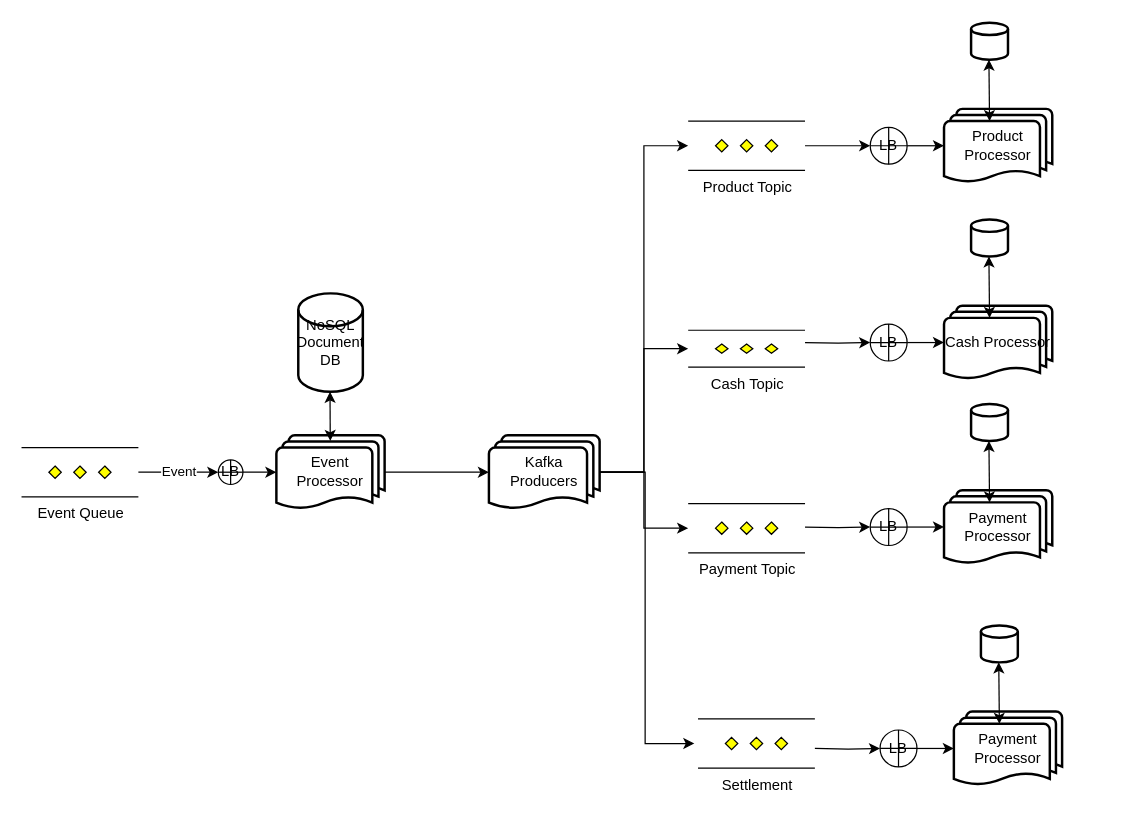
This is page "Page-1" (1 of 2) of Untitled Diagram.drawio from tripathiparitosh/mytestproj, a draw.io file, before an edit. Source tidied: cells renumbered, new cells numbered last; positions are measured from the earlier drawing's top-left corner, leaving out a move shared by most shapes. Both pictures are drawn from the tidied source at 123%, with x=0, y=0 at pixel (21, 22).
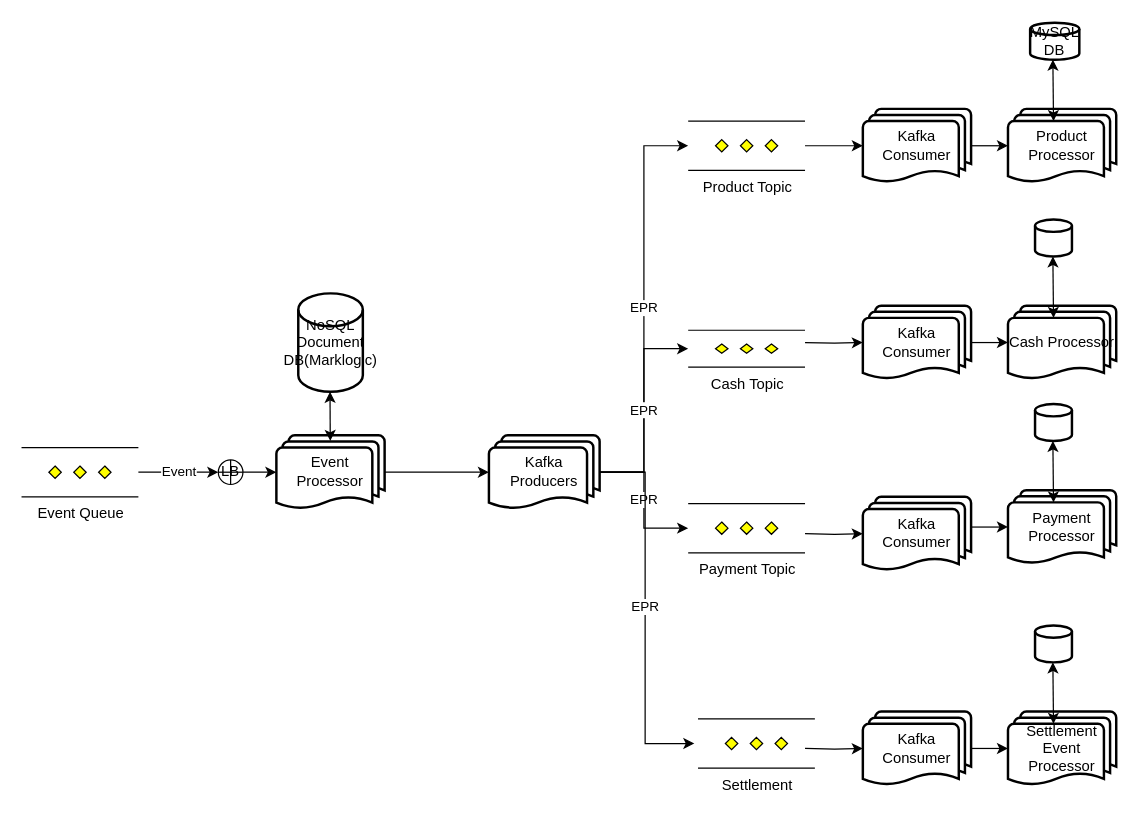
The same page after the edit.

The change refers to these unchanged cells:
```xml
<mxCell id="6" value="Product Topic" style="verticalLabelPosition=bottom;verticalAlign=top;html=1;shape=mxgraph.flowchart.parallel_mode;" parent="1" vertex="1">
  <mxGeometry x="542" y="80" width="95" height="40" as="geometry" />
</mxCell>
<mxCell id="7" value="Cash Topic" style="verticalLabelPosition=bottom;verticalAlign=top;html=1;shape=mxgraph.flowchart.parallel_mode;" parent="1" vertex="1">
  <mxGeometry x="542" y="250" width="95" height="30" as="geometry" />
</mxCell>
<mxCell id="8" value="Payment Topic" style="verticalLabelPosition=bottom;verticalAlign=top;html=1;shape=mxgraph.flowchart.parallel_mode;" parent="1" vertex="1">
  <mxGeometry x="542" y="390.9" width="95" height="40" as="geometry" />
</mxCell>
<mxCell id="14" value="Kafka Producers" style="strokeWidth=2;html=1;shape=mxgraph.flowchart.multi-document;whiteSpace=wrap;" parent="1" vertex="1">
  <mxGeometry x="380" y="335.4" width="90" height="60" as="geometry" />
</mxCell>
```

The edit, as a diff of the source:
```diff
@@
-    <mxCell id="4" value="NoSQL Document DB" style="strokeWidth=2;html=1;shape=mxgraph.flowchart.database;whiteSpace=wrap;" parent="1" vertex="1">
+    <mxCell id="4" value="NoSQL Document DB(Marklogic)" style="strokeWidth=2;html=1;shape=mxgraph.flowchart.database;whiteSpace=wrap;" parent="1" vertex="1">
       <mxGeometry x="225" y="220" width="52.5" height="80" as="geometry" />
     </mxCell>
-    <mxCell id="5" style="edgeStyle=orthogonalEdgeStyle;rounded=0;jettySize=auto;html=1;exitX=1;exitY=0.5;exitDx=0;exitDy=0;exitPerimeter=0;" parent="1" edge="1" source="6" target="24">
+    <mxCell id="5" style="edgeStyle=orthogonalEdgeStyle;rounded=0;jettySize=auto;html=1;exitX=1;exitY=0.5;exitDx=0;exitDy=0;exitPerimeter=0;" parent="1" edge="1" source="6" target="43">
       <mxGeometry relative="1" as="geometry" />
     </mxCell>
@@
-    <mxCell id="10" style="edgeStyle=orthogonalEdgeStyle;rounded=0;jettySize=auto;html=1;entryX=0;entryY=0.5;entryDx=0;entryDy=0;entryPerimeter=0;" parent="1" edge="1" source="14" target="6">
+    <mxCell id="10" value="EPR" style="edgeStyle=orthogonalEdgeStyle;rounded=0;jettySize=auto;html=1;entryX=0;entryY=0.5;entryDx=0;entryDy=0;entryPerimeter=0;" parent="1" edge="1" source="14" target="6">
       <mxGeometry relative="1" as="geometry" />
     </mxCell>
-    <mxCell id="11" style="edgeStyle=orthogonalEdgeStyle;rounded=0;jettySize=auto;html=1;entryX=0;entryY=0.5;entryDx=0;entryDy=0;entryPerimeter=0;" parent="1" edge="1" source="14" target="7">
+    <mxCell id="11" value="EPR" style="edgeStyle=orthogonalEdgeStyle;rounded=0;jettySize=auto;html=1;entryX=0;entryY=0.5;entryDx=0;entryDy=0;entryPerimeter=0;" parent="1" edge="1" source="14" target="7">
       <mxGeometry relative="1" as="geometry" />
     </mxCell>
-    <mxCell id="12" style="edgeStyle=orthogonalEdgeStyle;rounded=0;jettySize=auto;html=1;exitX=1;exitY=0.5;exitDx=0;exitDy=0;exitPerimeter=0;entryX=0;entryY=0.5;entryDx=0;entryDy=0;entryPerimeter=0;" parent="1" edge="1" source="14" target="8">
+    <mxCell id="12" value="EPR" style="edgeStyle=orthogonalEdgeStyle;rounded=0;jettySize=auto;html=1;exitX=1;exitY=0.5;exitDx=0;exitDy=0;exitPerimeter=0;entryX=0;entryY=0.5;entryDx=0;entryDy=0;entryPerimeter=0;" parent="1" edge="1" source="14" target="8">
       <mxGeometry relative="1" as="geometry" />
     </mxCell>
-    <mxCell id="13" style="edgeStyle=orthogonalEdgeStyle;rounded=0;orthogonalLoop=1;jettySize=auto;html=1;entryX=0;entryY=0.5;entryDx=0;entryDy=0;entryPerimeter=0;" parent="1" edge="1">
+    <mxCell id="13" value="EPR" style="edgeStyle=orthogonalEdgeStyle;rounded=0;orthogonalLoop=1;jettySize=auto;html=1;entryX=0;entryY=0.5;entryDx=0;entryDy=0;entryPerimeter=0;" parent="1" edge="1">
       <mxGeometry relative="1" as="geometry">
         <mxPoint x="467" y="365.4" as="sourcePoint" />
         <mxPoint x="547" y="586" as="targetPoint" />
         <Array as="points">
           <mxPoint x="507" y="365" />
           <mxPoint x="507" y="586" />
         </Array>
       </mxGeometry>
     </mxCell>
@@
-    <mxCell id="15" style="strokeWidth=2;html=1;shape=mxgraph.flowchart.database;whiteSpace=wrap;" parent="1" vertex="1">
-      <mxGeometry x="772" width="30" height="30" as="geometry" />
+    <mxCell id="15" value="MySQL DB" style="strokeWidth=2;html=1;shape=mxgraph.flowchart.database;whiteSpace=wrap;" parent="1" vertex="1">
+      <mxGeometry x="820" width="40" height="30" as="geometry" />
     </mxCell>
@@
     <mxCell id="20" value="Product Processor" style="strokeWidth=2;html=1;shape=mxgraph.flowchart.multi-document;whiteSpace=wrap;" parent="1" vertex="1">
-      <mxGeometry x="750" y="70" width="88" height="60" as="geometry" />
+      <mxGeometry x="802" y="70" width="88" height="60" as="geometry" />
     </mxCell>
@@
     <mxCell id="22" style="endArrow=classic;startArrow=classic;html=1;" parent="1" edge="1">
       <mxGeometry relative="1" as="geometry">
-        <mxPoint x="787" y="80" as="sourcePoint" />
-        <mxPoint x="786.5" y="30" as="targetPoint" />
+        <mxPoint x="839" y="80" as="sourcePoint" />
+        <mxPoint x="838.5" y="30" as="targetPoint" />
       </mxGeometry>
     </mxCell>
-    <mxCell id="23" style="edgeStyle=orthogonalEdgeStyle;rounded=0;jettySize=auto;html=1;exitX=1;exitY=0.5;exitDx=0;exitDy=0;entryX=0;entryY=0.5;entryDx=0;entryDy=0;entryPerimeter=0;" parent="1" edge="1" source="24" target="20">
-      <mxGeometry relative="1" as="geometry" />
+    <mxCell id="23" style="edgeStyle=orthogonalEdgeStyle;rounded=0;jettySize=auto;html=1;exitX=1;exitY=0.5;exitDx=0;exitDy=0;entryX=0;entryY=0.5;entryDx=0;entryDy=0;entryPerimeter=0;" parent="1" edge="1" target="20">
+      <mxGeometry relative="1" as="geometry">
+        <mxPoint x="772" y="100" as="sourcePoint" />
+      </mxGeometry>
     </mxCell>
-    <mxCell id="24" value="LB" style="shape=orEllipse;perimeter=ellipsePerimeter;whiteSpace=wrap;html=1;backgroundOutline=1;" parent="1" vertex="1">
-      <mxGeometry x="690" y="85" width="30" height="30" as="geometry" />
-    </mxCell>
-    <mxCell id="25" style="edgeStyle=orthogonalEdgeStyle;rounded=0;jettySize=auto;html=1;exitX=1;exitY=0.5;exitDx=0;exitDy=0;exitPerimeter=0;" parent="1" edge="1" target="30">
-      <mxGeometry relative="1" as="geometry">
-        <mxPoint x="637" y="260" as="sourcePoint" />
-      </mxGeometry>
-    </mxCell>
     <mxCell id="26" style="strokeWidth=2;html=1;shape=mxgraph.flowchart.database;whiteSpace=wrap;" parent="1" vertex="1">
-      <mxGeometry x="772" y="160" width="30" height="30" as="geometry" />
+      <mxGeometry x="824" y="160" width="30" height="30" as="geometry" />
     </mxCell>
     <mxCell id="27" value="Cash Processor" style="strokeWidth=2;html=1;shape=mxgraph.flowchart.multi-document;whiteSpace=wrap;" parent="1" vertex="1">
-      <mxGeometry x="750" y="230" width="88" height="60" as="geometry" />
+      <mxGeometry x="802" y="230" width="88" height="60" as="geometry" />
     </mxCell>
     <mxCell id="28" style="endArrow=classic;startArrow=classic;html=1;" parent="1" edge="1">
       <mxGeometry relative="1" as="geometry">
-        <mxPoint x="787" y="240" as="sourcePoint" />
-        <mxPoint x="786.5" y="190" as="targetPoint" />
+        <mxPoint x="839" y="240" as="sourcePoint" />
+        <mxPoint x="838.5" y="190" as="targetPoint" />
       </mxGeometry>
     </mxCell>
-    <mxCell id="29" style="edgeStyle=orthogonalEdgeStyle;rounded=0;jettySize=auto;html=1;exitX=1;exitY=0.5;exitDx=0;exitDy=0;entryX=0;entryY=0.5;entryDx=0;entryDy=0;entryPerimeter=0;" parent="1" edge="1" source="30" target="27">
-      <mxGeometry relative="1" as="geometry" />
+    <mxCell id="29" style="edgeStyle=orthogonalEdgeStyle;rounded=0;jettySize=auto;html=1;exitX=1;exitY=0.5;exitDx=0;exitDy=0;entryX=0;entryY=0.5;entryDx=0;entryDy=0;entryPerimeter=0;" parent="1" edge="1" target="27">
+      <mxGeometry relative="1" as="geometry">
+        <mxPoint x="772" y="260" as="sourcePoint" />
+      </mxGeometry>
     </mxCell>
-    <mxCell id="30" value="LB" style="shape=orEllipse;perimeter=ellipsePerimeter;whiteSpace=wrap;html=1;backgroundOutline=1;" parent="1" vertex="1">
-      <mxGeometry x="690" y="245" width="30" height="30" as="geometry" />
-    </mxCell>
-    <mxCell id="31" style="edgeStyle=orthogonalEdgeStyle;rounded=0;jettySize=auto;html=1;exitX=1;exitY=0.5;exitDx=0;exitDy=0;exitPerimeter=0;" parent="1" edge="1" target="36">
-      <mxGeometry relative="1" as="geometry">
-        <mxPoint x="637" y="410" as="sourcePoint" />
-      </mxGeometry>
-    </mxCell>
     <mxCell id="32" style="strokeWidth=2;html=1;shape=mxgraph.flowchart.database;whiteSpace=wrap;" parent="1" vertex="1">
-      <mxGeometry x="772" y="310" width="30" height="30" as="geometry" />
+      <mxGeometry x="824" y="310" width="30" height="30" as="geometry" />
     </mxCell>
     <mxCell id="33" value="Payment Processor" style="strokeWidth=2;html=1;shape=mxgraph.flowchart.multi-document;whiteSpace=wrap;" parent="1" vertex="1">
-      <mxGeometry x="750" y="380" width="88" height="60" as="geometry" />
+      <mxGeometry x="802" y="380" width="88" height="60" as="geometry" />
     </mxCell>
     <mxCell id="34" style="endArrow=classic;startArrow=classic;html=1;" parent="1" edge="1">
       <mxGeometry relative="1" as="geometry">
-        <mxPoint x="787" y="390" as="sourcePoint" />
-        <mxPoint x="786.5" y="340" as="targetPoint" />
+        <mxPoint x="839" y="390" as="sourcePoint" />
+        <mxPoint x="838.5" y="340" as="targetPoint" />
       </mxGeometry>
     </mxCell>
-    <mxCell id="35" style="edgeStyle=orthogonalEdgeStyle;rounded=0;jettySize=auto;html=1;exitX=1;exitY=0.5;exitDx=0;exitDy=0;entryX=0;entryY=0.5;entryDx=0;entryDy=0;entryPerimeter=0;" parent="1" edge="1" source="36" target="33">
-      <mxGeometry relative="1" as="geometry" />
+    <mxCell id="35" style="edgeStyle=orthogonalEdgeStyle;rounded=0;jettySize=auto;html=1;exitX=1;exitY=0.5;exitDx=0;exitDy=0;entryX=0;entryY=0.5;entryDx=0;entryDy=0;entryPerimeter=0;" parent="1" edge="1" target="33">
+      <mxGeometry relative="1" as="geometry">
+        <mxPoint x="772" y="410" as="sourcePoint" />
+      </mxGeometry>
     </mxCell>
-    <mxCell id="36" value="LB" style="shape=orEllipse;perimeter=ellipsePerimeter;whiteSpace=wrap;html=1;backgroundOutline=1;" parent="1" vertex="1">
-      <mxGeometry x="690" y="395" width="30" height="30" as="geometry" />
-    </mxCell>
-    <mxCell id="37" style="edgeStyle=orthogonalEdgeStyle;rounded=0;jettySize=auto;html=1;exitX=1;exitY=0.5;exitDx=0;exitDy=0;exitPerimeter=0;" parent="1" edge="1" target="42">
-      <mxGeometry relative="1" as="geometry">
-        <mxPoint x="645" y="590" as="sourcePoint" />
-      </mxGeometry>
-    </mxCell>
     <mxCell id="38" style="strokeWidth=2;html=1;shape=mxgraph.flowchart.database;whiteSpace=wrap;" parent="1" vertex="1">
-      <mxGeometry x="780" y="490" width="30" height="30" as="geometry" />
+      <mxGeometry x="824" y="490" width="30" height="30" as="geometry" />
     </mxCell>
-    <mxCell id="39" value="Payment Processor" style="strokeWidth=2;html=1;shape=mxgraph.flowchart.multi-document;whiteSpace=wrap;" parent="1" vertex="1">
-      <mxGeometry x="758" y="560" width="88" height="60" as="geometry" />
+    <mxCell id="39" value="Settlement Event Processor" style="strokeWidth=2;html=1;shape=mxgraph.flowchart.multi-document;whiteSpace=wrap;" parent="1" vertex="1">
+      <mxGeometry x="802" y="560" width="88" height="60" as="geometry" />
     </mxCell>
     <mxCell id="40" style="endArrow=classic;startArrow=classic;html=1;" parent="1" edge="1">
       <mxGeometry relative="1" as="geometry">
-        <mxPoint x="795" y="570" as="sourcePoint" />
-        <mxPoint x="794.5" y="520" as="targetPoint" />
+        <mxPoint x="839" y="570" as="sourcePoint" />
+        <mxPoint x="838.5" y="520" as="targetPoint" />
       </mxGeometry>
     </mxCell>
-    <mxCell id="41" style="edgeStyle=orthogonalEdgeStyle;rounded=0;jettySize=auto;html=1;exitX=1;exitY=0.5;exitDx=0;exitDy=0;entryX=0;entryY=0.5;entryDx=0;entryDy=0;entryPerimeter=0;" parent="1" edge="1" source="42" target="39">
-      <mxGeometry relative="1" as="geometry" />
+    <mxCell id="41" style="edgeStyle=orthogonalEdgeStyle;rounded=0;jettySize=auto;html=1;exitX=1;exitY=0.5;exitDx=0;exitDy=0;entryX=0;entryY=0.5;entryDx=0;entryDy=0;entryPerimeter=0;" parent="1" edge="1" target="39">
+      <mxGeometry relative="1" as="geometry">
+        <mxPoint x="772" y="590" as="sourcePoint" />
+      </mxGeometry>
     </mxCell>
-    <mxCell id="42" value="LB" style="shape=orEllipse;perimeter=ellipsePerimeter;whiteSpace=wrap;html=1;backgroundOutline=1;" parent="1" vertex="1">
-      <mxGeometry x="698" y="575" width="30" height="30" as="geometry" />
-    </mxCell>
+    <mxCell id="43" value="Kafka Consumer" style="strokeWidth=2;html=1;shape=mxgraph.flowchart.multi-document;whiteSpace=wrap;" parent="1" vertex="1">
+      <mxGeometry x="684" y="70" width="88" height="60" as="geometry" />
+    </mxCell>
+    <mxCell id="44" style="edgeStyle=orthogonalEdgeStyle;rounded=0;jettySize=auto;html=1;exitX=1;exitY=0.5;exitDx=0;exitDy=0;exitPerimeter=0;" parent="1" edge="1" target="45">
+      <mxGeometry relative="1" as="geometry">
+        <mxPoint x="637" y="260" as="sourcePoint" />
+      </mxGeometry>
+    </mxCell>
+    <mxCell id="45" value="Kafka Consumer" style="strokeWidth=2;html=1;shape=mxgraph.flowchart.multi-document;whiteSpace=wrap;" parent="1" vertex="1">
+      <mxGeometry x="684" y="230" width="88" height="60" as="geometry" />
+    </mxCell>
+    <mxCell id="46" style="edgeStyle=orthogonalEdgeStyle;rounded=0;jettySize=auto;html=1;exitX=1;exitY=0.5;exitDx=0;exitDy=0;exitPerimeter=0;" parent="1" edge="1" target="47">
+      <mxGeometry relative="1" as="geometry">
+        <mxPoint x="637" y="415.4" as="sourcePoint" />
+      </mxGeometry>
+    </mxCell>
+    <mxCell id="47" value="Kafka Consumer" style="strokeWidth=2;html=1;shape=mxgraph.flowchart.multi-document;whiteSpace=wrap;" parent="1" vertex="1">
+      <mxGeometry x="684" y="385.4" width="88" height="60" as="geometry" />
+    </mxCell>
+    <mxCell id="48" style="edgeStyle=orthogonalEdgeStyle;rounded=0;jettySize=auto;html=1;exitX=1;exitY=0.5;exitDx=0;exitDy=0;exitPerimeter=0;" parent="1" edge="1" target="49">
+      <mxGeometry relative="1" as="geometry">
+        <mxPoint x="637" y="590" as="sourcePoint" />
+      </mxGeometry>
+    </mxCell>
+    <mxCell id="49" value="Kafka Consumer" style="strokeWidth=2;html=1;shape=mxgraph.flowchart.multi-document;whiteSpace=wrap;" parent="1" vertex="1">
+      <mxGeometry x="684" y="560" width="88" height="60" as="geometry" />
+    </mxCell>
```
